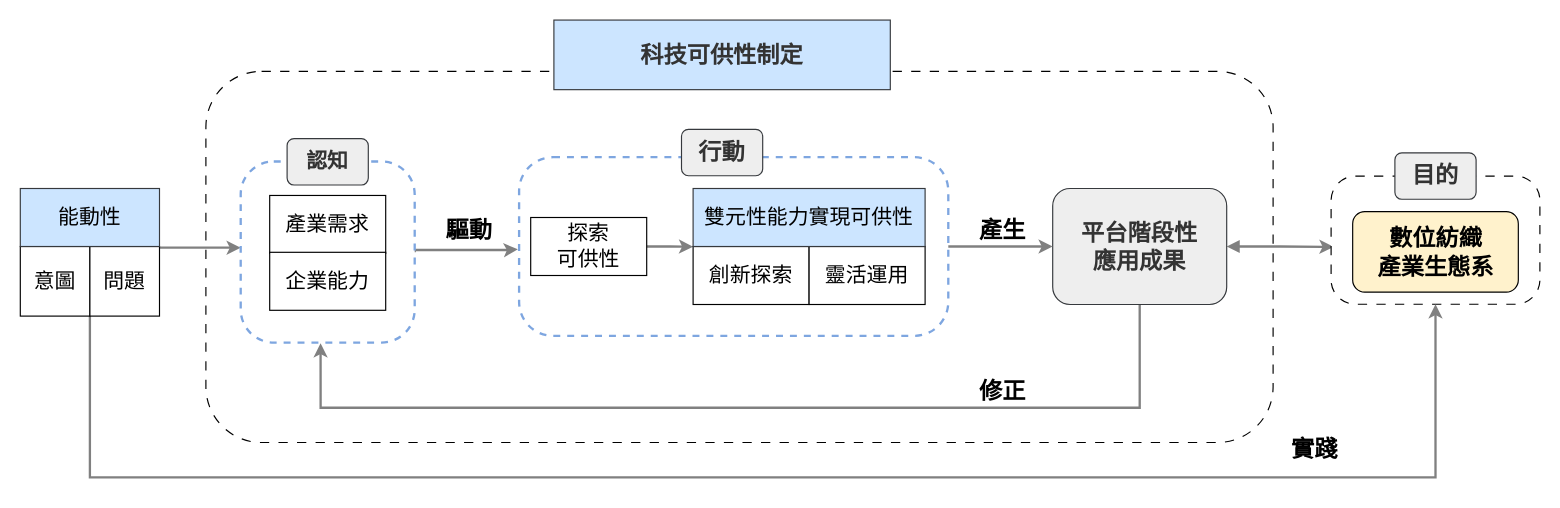
Earlier version of the draw.io diagram 論文ver1/frontier enactment theroy_v7.drawio (carina419/NTUST). Source tidied: cells renumbered, new cells numbered last; positions are measured from the earlier drawing's top-left corner, leaving out a move shared by most shapes. Both pictures are drawn from the tidied source at 116%, with x=0, y=0 at pixel (20, 20).
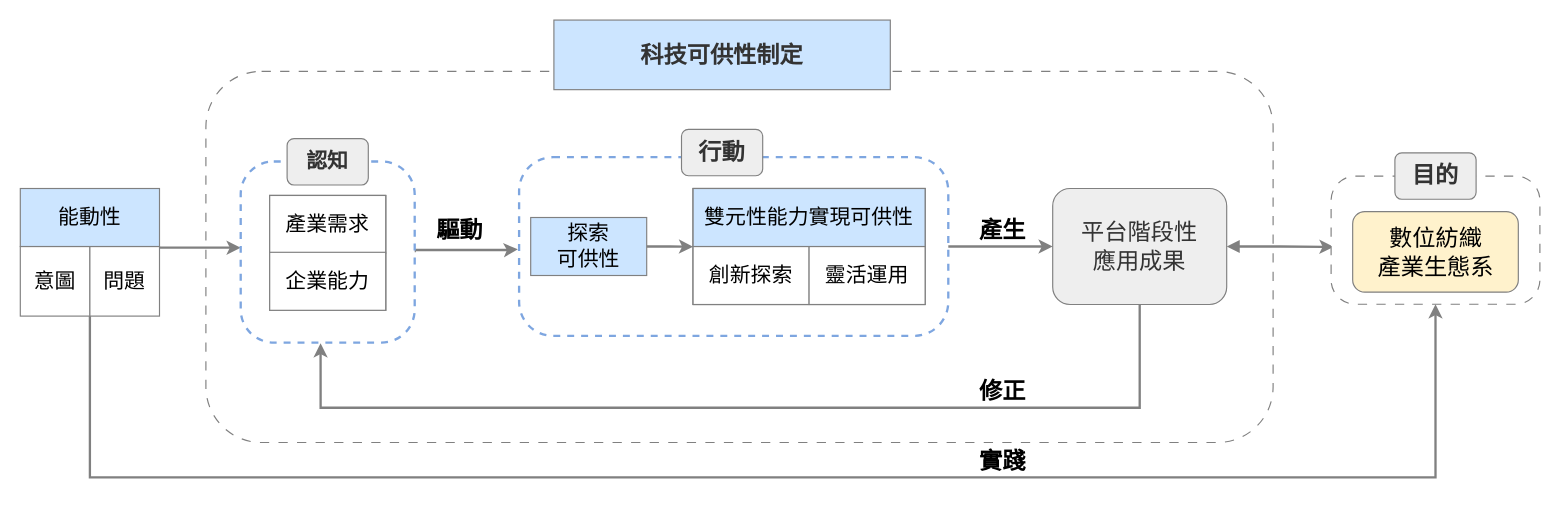
After the change.

The change refers to these unchanged cells:
```xml
<mxCell id="12" style="group;" parent="1" vertex="1">
  <mxGeometry x="1130" y="114.3" width="180" height="130.6" as="geometry" />
</mxCell>
<mxCell id="18" style="group;" parent="1" vertex="1">
  <mxGeometry y="145" width="120" height="110" as="geometry" />
</mxCell>
<mxCell id="22" style="group;" parent="1" vertex="1">
  <mxGeometry x="190" y="102" width="150" height="175.8" as="geometry" />
</mxCell>
<mxCell id="29" style="group;" parent="1" vertex="1">
  <mxGeometry x="430" y="94" width="390" height="184" as="geometry" />
</mxCell>
```

Change to the diagram source:
```diff
@@
-    <mxCell id="2" style="rounded=1;whiteSpace=wrap;html=1;strokeWidth=1;fontFamily=標楷體;fontSize=18;fontStyle=0;dashed=1;dashPattern=8 8;" parent="1" vertex="1">
+    <mxCell id="2" style="rounded=1;whiteSpace=wrap;html=1;strokeWidth=1;fontFamily=標楷體;fontSize=18;fontStyle=0;dashed=1;dashPattern=8 8;strokeColor=#808080;" parent="1" vertex="1">
       <mxGeometry x="160" y="44" width="920" height="320" as="geometry" />
     </mxCell>
     <mxCell id="3" value="&lt;font style=&quot;font-size: 20px;&quot; face=&quot;標楷體&quot;&gt;&lt;b style=&quot;&quot;&gt;驅&lt;/b&gt;&lt;/font&gt;&lt;b style=&quot;font-size: 20px; font-family: 標楷體; background-color: transparent; color: light-dark(rgb(0, 0, 0), rgb(255, 255, 255));&quot;&gt;動&lt;/b&gt;" style="text;html=1;align=center;verticalAlign=middle;whiteSpace=wrap;rounded=0;fontFamily=Helvetica;fontSize=12;fontColor=default;" parent="1" vertex="1">
-      <mxGeometry x="360" y="164.5" width="54.4" height="30" as="geometry" />
+      <mxGeometry x="352" y="164.5" width="54.4" height="30" as="geometry" />
     </mxCell>
-    <mxCell id="4" value="&lt;font style=&quot;font-size: 20px;&quot; color=&quot;#333333&quot;&gt;&lt;b&gt;科技可供性制定&lt;/b&gt;&lt;/font&gt;" style="rounded=0;whiteSpace=wrap;html=1;strokeColor=#36393d;fillColor=#cce5ff;fontFamily=標楷體;fontSize=18;fontStyle=0;align=center;verticalAlign=middle;fontColor=default;" parent="1" vertex="1">
+    <mxCell id="4" value="&lt;font style=&quot;font-size: 20px;&quot; color=&quot;#333333&quot;&gt;&lt;b&gt;科技可供性制定&lt;/b&gt;&lt;/font&gt;" style="rounded=0;whiteSpace=wrap;html=1;strokeColor=#808080;fillColor=#cce5ff;fontFamily=標楷體;fontSize=18;fontStyle=0;align=center;verticalAlign=middle;fontColor=default;" parent="1" vertex="1">
       <mxGeometry x="460" y="-0.2" width="290" height="60" as="geometry" />
     </mxCell>
@@
     <mxCell id="8" value="&lt;font face=&quot;標楷體&quot;&gt;&lt;span style=&quot;font-size: 20px;&quot;&gt;&lt;b&gt;實踐&lt;/b&gt;&lt;/span&gt;&lt;/font&gt;" style="text;html=1;align=center;verticalAlign=middle;whiteSpace=wrap;rounded=0;" parent="1" vertex="1">
-      <mxGeometry x="1089" y="354" width="54.4" height="30" as="geometry" />
+      <mxGeometry x="820" y="364" width="54.4" height="30" as="geometry" />
     </mxCell>
@@
-    <mxCell id="11" value="&lt;font color=&quot;#333333&quot;&gt;&lt;b&gt;平台階段性&lt;/b&gt;&lt;/font&gt;&lt;div&gt;&lt;font color=&quot;#333333&quot;&gt;&lt;b&gt;應用成果&lt;/b&gt;&lt;/font&gt;&lt;/div&gt;" style="rounded=1;whiteSpace=wrap;html=1;strokeColor=#36393d;fillColor=#eeeeee;fontFamily=標楷體;fontSize=20;fontStyle=0;" parent="1" vertex="1">
+    <mxCell id="11" value="&lt;font style=&quot;font-size: 20px;&quot; color=&quot;#333333&quot;&gt;平台階段性&lt;/font&gt;&lt;div&gt;&lt;font style=&quot;font-size: 20px;&quot; color=&quot;#333333&quot;&gt;應用成果&lt;/font&gt;&lt;/div&gt;" style="rounded=1;whiteSpace=wrap;html=1;strokeColor=#808080;fillColor=#eeeeee;fontFamily=標楷體;fontSize=18;fontStyle=0;align=center;verticalAlign=middle;fontColor=default;" parent="1" vertex="1">
       <mxGeometry x="890" y="145" width="150" height="100" as="geometry" />
     </mxCell>
@@
-    <mxCell id="13" style="rounded=1;whiteSpace=wrap;html=1;strokeWidth=1;dashed=1;dashPattern=8 8;fontFamily=標楷體;fontSize=18;fontStyle=0;arcSize=19;" parent="12" vertex="1">
+    <mxCell id="13" style="rounded=1;whiteSpace=wrap;html=1;strokeWidth=1;dashed=1;dashPattern=8 8;fontFamily=標楷體;fontSize=18;fontStyle=0;arcSize=19;strokeColor=#808080;" parent="12" vertex="1">
       <mxGeometry y="20" width="180" height="110.5" as="geometry" />
     </mxCell>
-    <mxCell id="14" value="&lt;font style=&quot;font-size: 20px;&quot;&gt;&lt;b&gt;數位紡織&lt;/b&gt;&lt;/font&gt;&lt;div&gt;&lt;font style=&quot;font-size: 20px;&quot;&gt;&lt;b&gt;產業生態系&lt;/b&gt;&lt;/font&gt;&lt;/div&gt;" style="rounded=1;whiteSpace=wrap;html=1;fontSize=18;fontFamily=標楷體;fontStyle=0;fillColor=#fff2cc;strokeColor=#000000;" parent="12" vertex="1">
+    <mxCell id="14" value="&lt;font style=&quot;font-size: 20px;&quot;&gt;數位紡織&lt;/font&gt;&lt;div&gt;&lt;font style=&quot;font-size: 20px;&quot;&gt;產業生態系&lt;/font&gt;&lt;/div&gt;" style="rounded=1;whiteSpace=wrap;html=1;fontSize=18;fontFamily=標楷體;fontStyle=0;fillColor=#fff2cc;strokeColor=#808080;" parent="12" vertex="1">
       <mxGeometry x="18.6" y="50.6" width="142.8" height="69.5" as="geometry" />
     </mxCell>
-    <mxCell id="15" value="&lt;font color=&quot;#333333&quot; style=&quot;font-size: 20px;&quot;&gt;&lt;span style=&quot;&quot;&gt;目的&lt;/span&gt;&lt;/font&gt;" style="rounded=1;whiteSpace=wrap;html=1;strokeColor=#36393d;fillColor=#eeeeee;fontFamily=標楷體;fontSize=18;fontStyle=1;" parent="12" vertex="1">
+    <mxCell id="15" value="&lt;font color=&quot;#333333&quot; style=&quot;font-size: 20px;&quot;&gt;&lt;span style=&quot;&quot;&gt;&lt;b&gt;目的&lt;/b&gt;&lt;/span&gt;&lt;/font&gt;" style="rounded=1;whiteSpace=wrap;html=1;strokeColor=#808080;fillColor=#eeeeee;fontFamily=標楷體;fontSize=18;fontStyle=0;align=center;verticalAlign=middle;fontColor=default;" parent="12" vertex="1">
       <mxGeometry x="55" width="70" height="40" as="geometry" />
     </mxCell>
@@
-    <mxCell id="19" value="&lt;span style=&quot;background-color: transparent; color: light-dark(rgb(0, 0, 0), rgb(255, 255, 255));&quot;&gt;意圖&lt;/span&gt;" style="rounded=0;whiteSpace=wrap;html=1;fontFamily=標楷體;fontSize=18;fontStyle=0;" parent="18" vertex="1">
+    <mxCell id="19" value="&lt;span style=&quot;background-color: transparent; color: light-dark(rgb(0, 0, 0), rgb(255, 255, 255));&quot;&gt;意圖&lt;/span&gt;" style="rounded=0;whiteSpace=wrap;html=1;fontFamily=標楷體;fontSize=18;fontStyle=0;strokeColor=#808080;" parent="18" vertex="1">
       <mxGeometry y="50" width="60" height="60" as="geometry" />
     </mxCell>
-    <mxCell id="20" value="問題" style="rounded=0;whiteSpace=wrap;html=1;fontFamily=標楷體;fontSize=18;fontStyle=0;" parent="18" vertex="1">
+    <mxCell id="20" value="問題" style="rounded=0;whiteSpace=wrap;html=1;fontFamily=標楷體;fontSize=18;fontStyle=0;strokeColor=#808080;align=center;verticalAlign=middle;fontColor=default;fillColor=default;" parent="18" vertex="1">
       <mxGeometry x="60" y="50" width="60" height="60" as="geometry" />
     </mxCell>
-    <mxCell id="21" value="能動性" style="rounded=0;whiteSpace=wrap;html=1;fontFamily=標楷體;fontSize=18;fontStyle=0;fillColor=#cce5ff;strokeColor=#36393d;align=center;verticalAlign=middle;fontColor=default;" parent="18" vertex="1">
+    <mxCell id="21" value="能動性" style="rounded=0;whiteSpace=wrap;html=1;fontFamily=標楷體;fontSize=18;fontStyle=0;fillColor=#cce5ff;strokeColor=#808080;align=center;verticalAlign=middle;fontColor=default;" parent="18" vertex="1">
       <mxGeometry width="120" height="50" as="geometry" />
     </mxCell>
@@
-    <mxCell id="24" value="&lt;font color=&quot;#333333&quot;&gt;&lt;span&gt;&lt;b&gt;認知&lt;/b&gt;&lt;/span&gt;&lt;/font&gt;" style="rounded=1;whiteSpace=wrap;html=1;strokeColor=#36393d;fillColor=#eeeeee;fontFamily=標楷體;fontSize=18;fontStyle=0;" parent="22" vertex="1">
+    <mxCell id="24" value="&lt;font color=&quot;#333333&quot;&gt;&lt;span&gt;&lt;b&gt;認知&lt;/b&gt;&lt;/span&gt;&lt;/font&gt;" style="rounded=1;whiteSpace=wrap;html=1;strokeColor=#808080;fillColor=#eeeeee;fontFamily=標楷體;fontSize=18;fontStyle=0;" parent="22" vertex="1">
       <mxGeometry x="40" width="70" height="40" as="geometry" />
     </mxCell>
-    <mxCell id="25" style="group;" parent="22" vertex="1">
+    <mxCell id="25" style="group;rounded=0;strokeColor=#808080;align=center;verticalAlign=middle;fontFamily=標楷體;fontSize=18;fontColor=default;fontStyle=0;fillColor=default;" parent="22" vertex="1">
       <mxGeometry x="25" y="49" width="100" height="99" as="geometry" />
     </mxCell>
-    <mxCell id="26" style="group;" parent="25" vertex="1">
+    <mxCell id="26" style="group;rounded=0;strokeColor=#808080;align=center;verticalAlign=middle;fontFamily=標楷體;fontSize=18;fontColor=default;fontStyle=0;fillColor=default;" parent="25" vertex="1">
       <mxGeometry width="100" height="99" as="geometry" />
     </mxCell>
-    <mxCell id="27" value="產業需求" style="rounded=0;whiteSpace=wrap;html=1;fontFamily=標楷體;fontSize=18;fontStyle=0;strokeColor=default;align=center;verticalAlign=middle;fontColor=default;fillColor=default;" parent="26" vertex="1">
+    <mxCell id="27" value="產業需求" style="rounded=0;whiteSpace=wrap;html=1;fontFamily=標楷體;fontSize=18;fontStyle=0;strokeColor=#808080;align=center;verticalAlign=middle;fontColor=default;fillColor=default;" parent="26" vertex="1">
       <mxGeometry width="100" height="50" as="geometry" />
     </mxCell>
-    <mxCell id="28" value="企業能力" style="rounded=0;whiteSpace=wrap;html=1;fontFamily=標楷體;fontSize=18;fontStyle=0;fillColor=default;strokeColor=default;align=center;verticalAlign=middle;fontColor=default;" parent="26" vertex="1">
+    <mxCell id="28" value="企業能力" style="rounded=0;whiteSpace=wrap;html=1;fontFamily=標楷體;fontSize=18;fontStyle=0;fillColor=default;strokeColor=#808080;align=center;verticalAlign=middle;fontColor=default;" parent="26" vertex="1">
       <mxGeometry y="49" width="100" height="50" as="geometry" />
     </mxCell>
@@
-    <mxCell id="31" value="&lt;span style=&quot;color: light-dark(rgb(51, 51, 51), rgb(193, 193, 193)); background-color: transparent;&quot;&gt;&lt;b&gt;&lt;font style=&quot;font-size: 20px;&quot;&gt;行動&lt;/font&gt;&lt;/b&gt;&lt;/span&gt;" style="rounded=1;whiteSpace=wrap;html=1;strokeColor=#36393d;fillColor=#eeeeee;fontFamily=標楷體;fontSize=18;fontStyle=0;" parent="29" vertex="1">
+    <mxCell id="31" value="&lt;span style=&quot;color: light-dark(rgb(51, 51, 51), rgb(193, 193, 193)); background-color: transparent;&quot;&gt;&lt;b&gt;&lt;font style=&quot;font-size: 20px;&quot;&gt;行動&lt;/font&gt;&lt;/b&gt;&lt;/span&gt;" style="rounded=1;whiteSpace=wrap;html=1;strokeColor=#808080;fillColor=#eeeeee;fontFamily=標楷體;fontSize=18;fontStyle=0;" parent="29" vertex="1">
       <mxGeometry x="140" width="70" height="40" as="geometry" />
     </mxCell>
@@
-    <mxCell id="33" value="探索&lt;div&gt;可供性&lt;/div&gt;" style="rounded=0;whiteSpace=wrap;html=1;fontFamily=標楷體;fontSize=18;fontStyle=0;align=center;verticalAlign=middle;" parent="29" vertex="1">
+    <mxCell id="33" value="探索&lt;div&gt;可供性&lt;/div&gt;" style="rounded=0;whiteSpace=wrap;html=1;fontFamily=標楷體;fontSize=18;fontStyle=0;align=center;verticalAlign=middle;strokeColor=#808080;fontColor=default;fillColor=#cce5ff;" parent="29" vertex="1">
       <mxGeometry x="10" y="76" width="100" height="50" as="geometry" />
     </mxCell>
-    <mxCell id="34" style="group;" parent="29" vertex="1">
+    <mxCell id="34" style="group;rounded=0;strokeColor=#808080;align=center;verticalAlign=middle;fontFamily=標楷體;fontSize=18;fontColor=default;fontStyle=0;fillColor=default;" parent="29" vertex="1">
       <mxGeometry x="150" y="51" width="200" height="100" as="geometry" />
     </mxCell>
-    <mxCell id="35" style="group;" parent="34" vertex="1">
+    <mxCell id="35" style="group;rounded=0;strokeColor=#808080;align=center;verticalAlign=middle;fontFamily=標楷體;fontSize=18;fontColor=default;fontStyle=0;fillColor=default;" parent="34" vertex="1">
       <mxGeometry width="200" height="100" as="geometry" />
     </mxCell>
-    <mxCell id="36" value="創新探索" style="rounded=0;whiteSpace=wrap;html=1;fontFamily=標楷體;fontSize=18;fontStyle=0;" parent="35" vertex="1">
+    <mxCell id="36" value="創新探索" style="rounded=0;whiteSpace=wrap;html=1;fontFamily=標楷體;fontSize=18;fontStyle=0;strokeColor=#808080;align=center;verticalAlign=middle;fontColor=default;fillColor=default;" parent="35" vertex="1">
       <mxGeometry y="50" width="100" height="50" as="geometry" />
     </mxCell>
-    <mxCell id="37" value="靈活運用" style="rounded=0;whiteSpace=wrap;html=1;fontFamily=標楷體;fontSize=18;fontStyle=0;" parent="35" vertex="1">
+    <mxCell id="37" value="靈活運用" style="rounded=0;whiteSpace=wrap;html=1;fontFamily=標楷體;fontSize=18;fontStyle=0;strokeColor=#808080;align=center;verticalAlign=middle;fontColor=default;fillColor=default;" parent="35" vertex="1">
       <mxGeometry x="100" y="50" width="100" height="50" as="geometry" />
     </mxCell>
-    <mxCell id="38" value="雙元性能力實現可供性" style="rounded=0;whiteSpace=wrap;html=1;fontSize=18;fontFamily=標楷體;fillColor=#cce5ff;strokeColor=#36393d;fontStyle=0;align=center;verticalAlign=middle;" parent="34" vertex="1">
+    <mxCell id="38" value="雙元性能力實現可供性" style="rounded=0;whiteSpace=wrap;html=1;fontSize=18;fontFamily=標楷體;fillColor=#cce5ff;strokeColor=#808080;fontStyle=0;align=center;verticalAlign=middle;fontColor=default;" parent="34" vertex="1">
       <mxGeometry width="200" height="50" as="geometry" />
     </mxCell>
```
